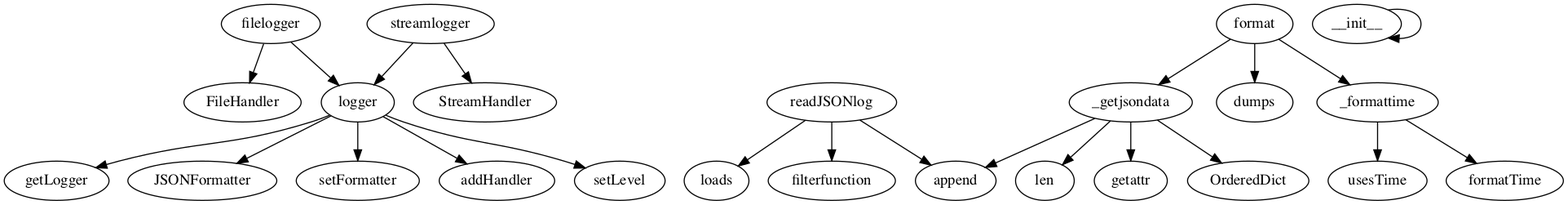
JordanCoyne97/Final_Year_Project keeps this Graphviz diagram as CallGraph_images/JSONFormattedLogging.png. Above is the earlier version. Its source is kept beside it as CallGraph_dots/JSONFormattedLogging.dot.
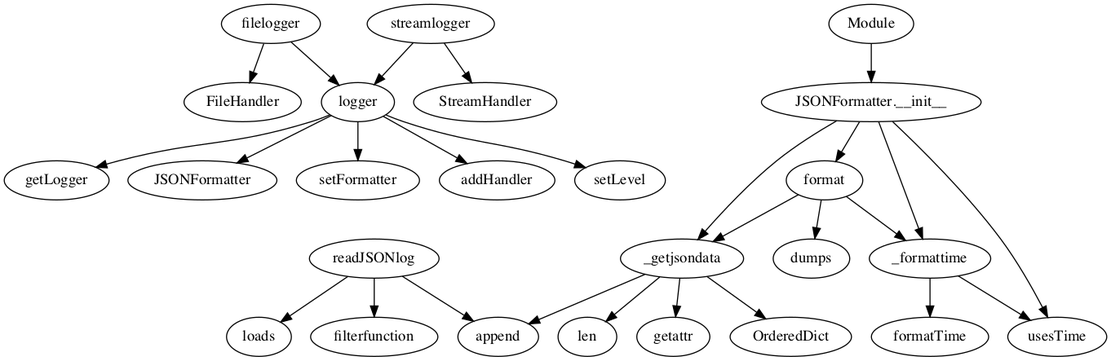
After the change.

Change to the diagram source:
```diff
@@ -1,4 +1,4 @@
-digraph  {
+strict digraph  {
 logger;
 getLogger;
 JSONFormatter;
@@ -13,7 +13,6 @@
 loads;
 filterfunction;
 append;
-__init__;
 usesTime;
 _formattime;
 formatTime;
@@ -23,6 +22,8 @@
 OrderedDict;
 format;
 dumps;
+Module;
+"JSONFormatter.__init__";
 logger -> getLogger;
 logger -> JSONFormatter;
 logger -> setFormatter;
@@ -35,7 +36,6 @@
 readJSONlog -> loads;
 readJSONlog -> filterfunction;
 readJSONlog -> append;
-__init__ -> __init__;
 _formattime -> usesTime;
 _formattime -> formatTime;
 _getjsondata -> len;
@@ -45,4 +45,9 @@
 format -> _formattime;
 format -> _getjsondata;
 format -> dumps;
+Module -> "JSONFormatter.__init__";
+"JSONFormatter.__init__" -> usesTime;
+"JSONFormatter.__init__" -> _formattime;
+"JSONFormatter.__init__" -> _getjsondata;
+"JSONFormatter.__init__" -> format;
 }
```
